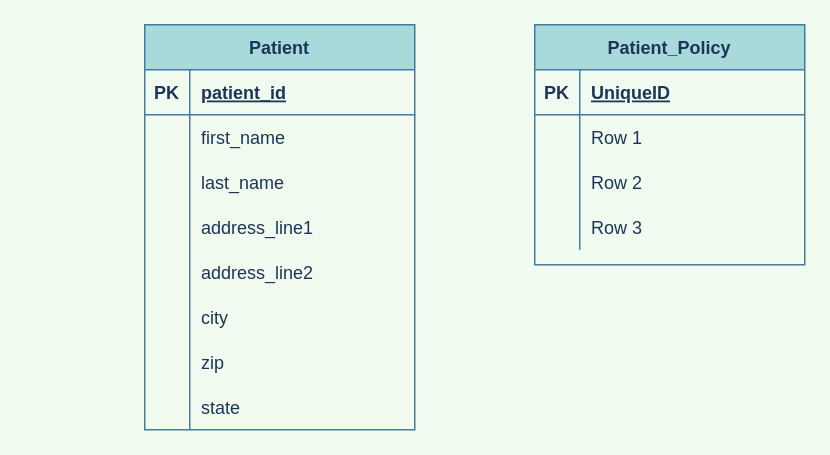
This is Untitled Diagram.drawio from pranotidhabu/java-practice, a draw.io file, before an edit. Source tidied: cells renumbered, new cells numbered last; positions are measured from the earlier drawing's top-left corner, leaving out a move shared by most shapes. Both pictures are drawn from the tidied source at 150%, with x=0, y=0 at pixel (144, 24).
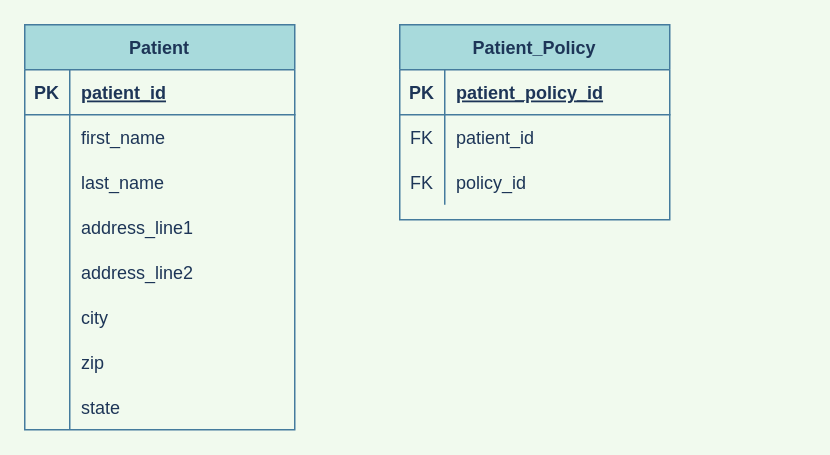
Above is the later version.

The change refers to these unchanged cells:
```xml
<mxCell id="28" style="shape=tableRow;horizontal=0;startSize=0;swimlaneHead=0;swimlaneBody=0;fillColor=none;top=0;left=0;right=0;bottom=1;rounded=0;sketch=0;fontColor=#1D3557;strokeColor=#457B9D;" parent="27" vertex="1">
  <mxGeometry y="30" width="180" height="30" as="geometry" />
</mxCell>
<mxCell id="31" style="shape=tableRow;horizontal=0;startSize=0;swimlaneHead=0;swimlaneBody=0;fillColor=none;top=0;left=0;right=0;bottom=0;rounded=0;sketch=0;fontColor=#1D3557;strokeColor=#457B9D;" parent="27" vertex="1">
  <mxGeometry y="60" width="180" height="30" as="geometry" />
</mxCell>
<mxCell id="34" style="shape=tableRow;horizontal=0;startSize=0;swimlaneHead=0;swimlaneBody=0;fillColor=none;top=0;left=0;right=0;bottom=0;rounded=0;sketch=0;fontColor=#1D3557;strokeColor=#457B9D;" parent="27" vertex="1">
  <mxGeometry y="90" width="180" height="30" as="geometry" />
</mxCell>
```

Change to the diagram source:
```diff
@@
     <mxCell id="2" value="Patient" style="shape=table;startSize=30;childLayout=tableLayout;rowLines=0;fontStyle=1;align=center;fillColor=#A8DADC;strokeColor=#457B9D;fontColor=#1D3557;" parent="1" vertex="1">
-      <mxGeometry width="180" height="270" as="geometry" />
+      <mxGeometry x="-80" width="180" height="270" as="geometry" />
     </mxCell>
@@
     <mxCell id="27" value="Patient_Policy" style="shape=table;startSize=30;childLayout=tableLayout;rowLines=0;fontStyle=1;align=center;rounded=0;sketch=0;fontColor=#1D3557;strokeColor=#457B9D;fillColor=#A8DADC;" parent="1" vertex="1">
-      <mxGeometry x="260" width="180" height="160" as="geometry" />
+      <mxGeometry x="170" width="180" height="130" as="geometry" />
     </mxCell>
@@
-    <mxCell id="30" value="UniqueID" style="shape=partialRectangle;fillColor=none;top=0;left=0;bottom=0;right=0;align=left;spacingLeft=6;fontStyle=5;overflow=hidden;rounded=0;sketch=0;fontColor=#1D3557;strokeColor=#457B9D;" parent="28" vertex="1">
+    <mxCell id="30" value="patient_policy_id" style="shape=partialRectangle;fillColor=none;top=0;left=0;bottom=0;right=0;align=left;spacingLeft=6;fontStyle=5;overflow=hidden;rounded=0;sketch=0;fontColor=#1D3557;strokeColor=#457B9D;" parent="28" vertex="1">
       <mxGeometry x="30" width="150" height="30" as="geometry" />
     </mxCell>
@@
-    <mxCell id="32" style="shape=partialRectangle;fillColor=none;top=0;left=0;bottom=0;right=0;overflow=hidden;rounded=0;sketch=0;fontColor=#1D3557;strokeColor=#457B9D;" parent="31" vertex="1">
+    <mxCell id="32" value="FK" style="shape=partialRectangle;fillColor=none;top=0;left=0;bottom=0;right=0;overflow=hidden;rounded=0;sketch=0;fontColor=#1D3557;strokeColor=#457B9D;" parent="31" vertex="1">
       <mxGeometry width="30" height="30" as="geometry" />
     </mxCell>
-    <mxCell id="33" value="Row 1" style="shape=partialRectangle;fillColor=none;top=0;left=0;bottom=0;right=0;align=left;spacingLeft=6;overflow=hidden;rounded=0;sketch=0;fontColor=#1D3557;strokeColor=#457B9D;" parent="31" vertex="1">
+    <mxCell id="33" value="patient_id" style="shape=partialRectangle;fillColor=none;top=0;left=0;bottom=0;right=0;align=left;spacingLeft=6;overflow=hidden;rounded=0;sketch=0;fontColor=#1D3557;strokeColor=#457B9D;" parent="31" vertex="1">
       <mxGeometry x="30" width="150" height="30" as="geometry" />
     </mxCell>
@@
-    <mxCell id="35" style="shape=partialRectangle;fillColor=none;top=0;left=0;bottom=0;right=0;overflow=hidden;rounded=0;sketch=0;fontColor=#1D3557;strokeColor=#457B9D;" parent="34" vertex="1">
+    <mxCell id="35" value="FK" style="shape=partialRectangle;fillColor=none;top=0;left=0;bottom=0;right=0;overflow=hidden;rounded=0;sketch=0;fontColor=#1D3557;strokeColor=#457B9D;" parent="34" vertex="1">
       <mxGeometry width="30" height="30" as="geometry" />
     </mxCell>
-    <mxCell id="36" value="Row 2" style="shape=partialRectangle;fillColor=none;top=0;left=0;bottom=0;right=0;align=left;spacingLeft=6;overflow=hidden;rounded=0;sketch=0;fontColor=#1D3557;strokeColor=#457B9D;" parent="34" vertex="1">
+    <mxCell id="36" value="policy_id" style="shape=partialRectangle;fillColor=none;top=0;left=0;bottom=0;right=0;align=left;spacingLeft=6;overflow=hidden;rounded=0;sketch=0;fontColor=#1D3557;strokeColor=#457B9D;" parent="34" vertex="1">
       <mxGeometry x="30" width="150" height="30" as="geometry" />
     </mxCell>
-    <mxCell id="37" style="shape=tableRow;horizontal=0;startSize=0;swimlaneHead=0;swimlaneBody=0;fillColor=none;top=0;left=0;right=0;bottom=0;rounded=0;sketch=0;fontColor=#1D3557;strokeColor=#457B9D;" parent="27" vertex="1">
-      <mxGeometry y="120" width="180" height="30" as="geometry" />
-    </mxCell>
-    <mxCell id="38" style="shape=partialRectangle;fillColor=none;top=0;left=0;bottom=0;right=0;overflow=hidden;rounded=0;sketch=0;fontColor=#1D3557;strokeColor=#457B9D;" parent="37" vertex="1">
-      <mxGeometry width="30" height="30" as="geometry" />
-    </mxCell>
-    <mxCell id="39" value="Row 3" style="shape=partialRectangle;fillColor=none;top=0;left=0;bottom=0;right=0;align=left;spacingLeft=6;overflow=hidden;rounded=0;sketch=0;fontColor=#1D3557;strokeColor=#457B9D;" parent="37" vertex="1">
-      <mxGeometry x="30" width="150" height="30" as="geometry" />
-    </mxCell>
```
